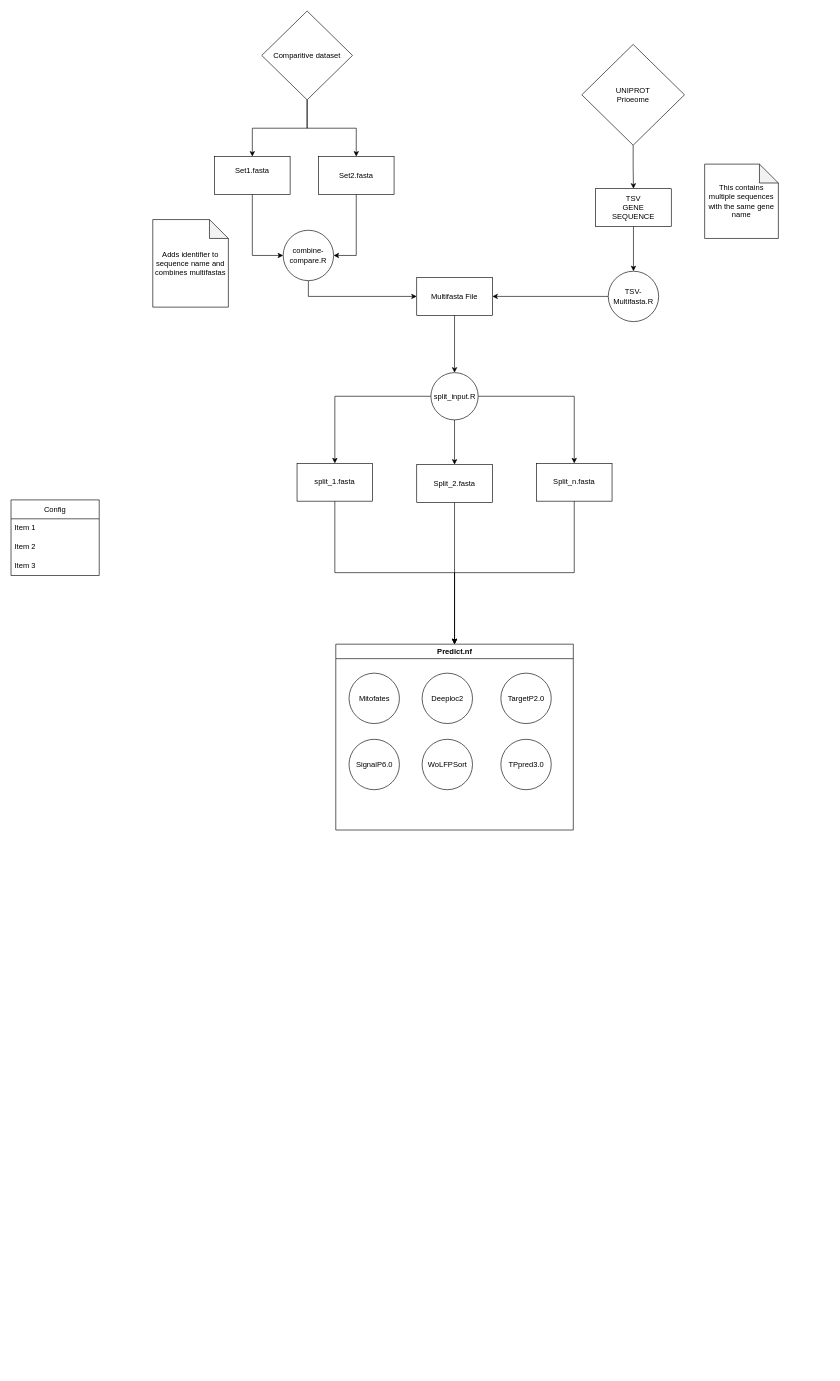
The draw.io diagram Worfklow_Diagram.drawio in k-meiklejohn/changeloc, before the edit. Source tidied: cells renumbered, new cells numbered last; positions are measured from the earlier drawing's top-left corner, leaving out a move shared by most shapes. Both pictures are drawn from the tidied source at 63%, with x=0, y=0 at pixel (11, 11).
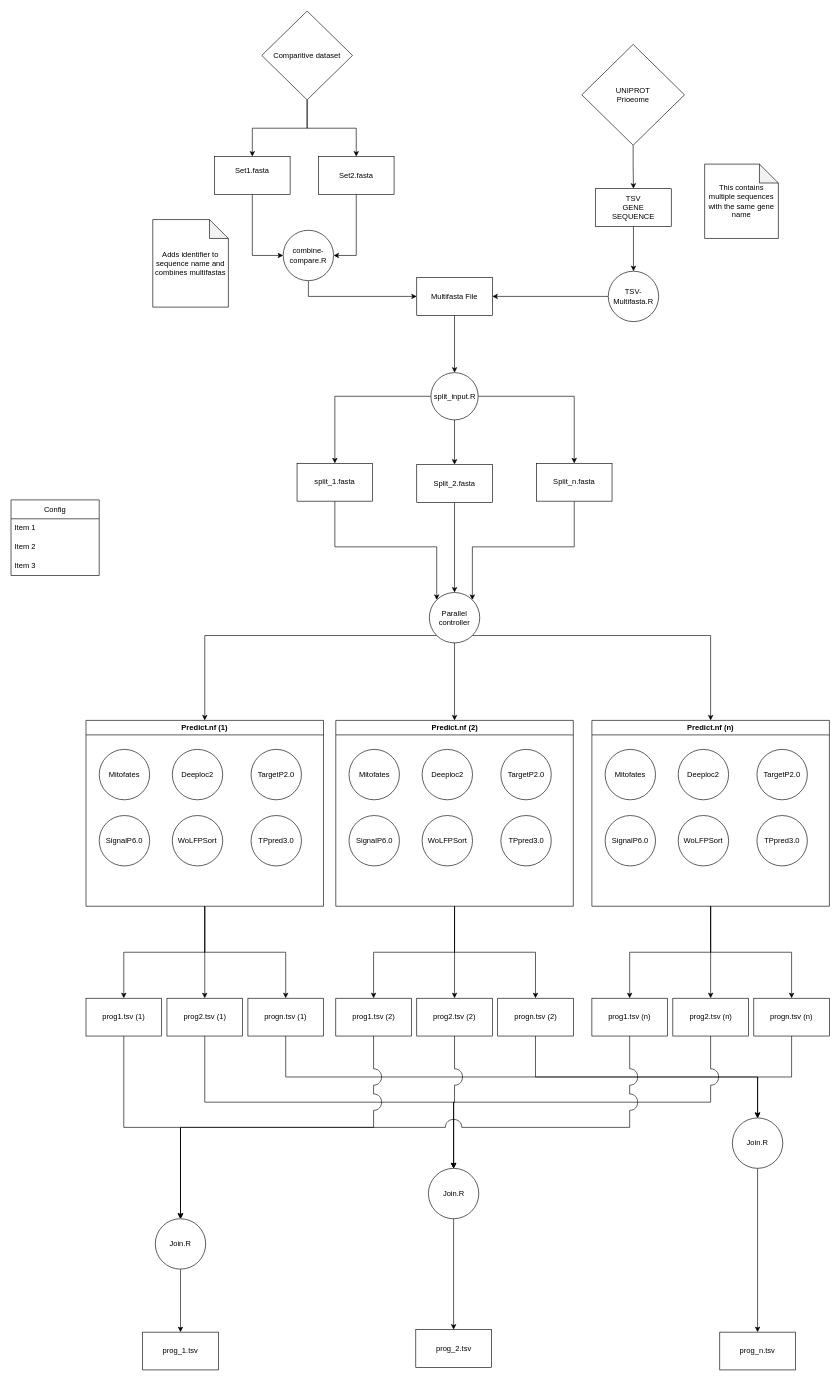
The same page after the edit.

Unchanged cells that the change refers to:
```xml
<mxCell id="33" value="split_1.fasta" style="rounded=0;whiteSpace=wrap;html=1;" parent="1" vertex="1">
  <mxGeometry x="454" y="718" width="120" height="60" as="geometry" />
</mxCell>
<mxCell id="35" value="Split_2.fasta" style="rounded=0;whiteSpace=wrap;html=1;" parent="1" vertex="1">
  <mxGeometry x="644" y="720" width="120" height="60" as="geometry" />
</mxCell>
<mxCell id="37" value="Split_n.fasta" style="rounded=0;whiteSpace=wrap;html=1;" parent="1" vertex="1">
  <mxGeometry x="834" y="718" width="120" height="60" as="geometry" />
</mxCell>
```

Diff of the diagram source:
```diff
@@
+    <mxCell id="42" style="edgeStyle=orthogonalEdgeStyle;rounded=0;jettySize=auto;html=1;exitX=0.5;exitY=1;exitDx=0;exitDy=0;entryX=0.5;entryY=0;entryDx=0;entryDy=0;" parent="1" edge="1" source="25" target="73">
+      <mxGeometry relative="1" as="geometry" />
+    </mxCell>
+    <mxCell id="43" style="edgeStyle=orthogonalEdgeStyle;rounded=0;jettySize=auto;html=1;exitX=0.5;exitY=1;exitDx=0;exitDy=0;entryX=0.5;entryY=0;entryDx=0;entryDy=0;" parent="1" edge="1" source="25" target="75">
+      <mxGeometry relative="1" as="geometry" />
+    </mxCell>
+    <mxCell id="44" style="edgeStyle=orthogonalEdgeStyle;rounded=0;jettySize=auto;html=1;exitX=0.5;exitY=1;exitDx=0;exitDy=0;entryX=0.5;entryY=0;entryDx=0;entryDy=0;" parent="1" edge="1" source="25" target="77">
+      <mxGeometry relative="1" as="geometry" />
+    </mxCell>
-    <mxCell id="25" value="Predict.nf" style="swimlane;whiteSpace=wrap;html=1;" parent="1" vertex="1">
-      <mxGeometry x="515.5" y="1005" width="377" height="295" as="geometry" />
+    <mxCell id="25" value="Predict.nf (1)" style="swimlane;whiteSpace=wrap;html=1;" parent="1" vertex="1">
+      <mxGeometry x="119" y="1126" width="377" height="295" as="geometry" />
     </mxCell>
@@
-    <mxCell id="32" style="edgeStyle=orthogonalEdgeStyle;rounded=0;jettySize=auto;html=1;" parent="1" edge="1" source="33" target="25">
-      <mxGeometry relative="1" as="geometry" />
-    </mxCell>
+    <mxCell id="45" style="edgeStyle=orthogonalEdgeStyle;rounded=0;jettySize=auto;html=1;exitX=0.5;exitY=1;exitDx=0;exitDy=0;entryX=0;entryY=0;entryDx=0;entryDy=0;" parent="1" edge="1" source="33" target="61">
+      <mxGeometry relative="1" as="geometry" />
+    </mxCell>
@@
-    <mxCell id="34" style="edgeStyle=orthogonalEdgeStyle;rounded=0;jettySize=auto;html=1;" parent="1" edge="1" source="35" target="25">
-      <mxGeometry relative="1" as="geometry" />
-    </mxCell>
+    <mxCell id="46" style="edgeStyle=orthogonalEdgeStyle;rounded=0;jettySize=auto;html=1;exitX=0.5;exitY=1;exitDx=0;exitDy=0;entryX=0.5;entryY=0;entryDx=0;entryDy=0;" parent="1" edge="1" source="35" target="61">
+      <mxGeometry relative="1" as="geometry" />
+    </mxCell>
@@
-    <mxCell id="36" style="edgeStyle=orthogonalEdgeStyle;rounded=0;jettySize=auto;html=1;" parent="1" edge="1" source="37" target="25">
-      <mxGeometry relative="1" as="geometry" />
-    </mxCell>
+    <mxCell id="47" style="edgeStyle=orthogonalEdgeStyle;rounded=0;jettySize=auto;html=1;exitX=0.5;exitY=1;exitDx=0;exitDy=0;entryX=1;entryY=0;entryDx=0;entryDy=0;" parent="1" edge="1" source="37" target="61">
+      <mxGeometry relative="1" as="geometry" />
+    </mxCell>
@@
+    <mxCell id="48" style="edgeStyle=orthogonalEdgeStyle;rounded=0;jettySize=auto;html=1;exitX=0.5;exitY=1;exitDx=0;exitDy=0;entryX=0.5;entryY=0;entryDx=0;entryDy=0;" parent="1" edge="1" source="51" target="89">
+      <mxGeometry relative="1" as="geometry" />
+    </mxCell>
+    <mxCell id="49" style="edgeStyle=orthogonalEdgeStyle;rounded=0;jettySize=auto;html=1;exitX=0.5;exitY=1;exitDx=0;exitDy=0;entryX=0.5;entryY=0;entryDx=0;entryDy=0;" parent="1" edge="1" source="51" target="87">
+      <mxGeometry relative="1" as="geometry" />
+    </mxCell>
+    <mxCell id="50" style="edgeStyle=orthogonalEdgeStyle;rounded=0;jettySize=auto;html=1;exitX=0.5;exitY=1;exitDx=0;exitDy=0;entryX=0.5;entryY=0;entryDx=0;entryDy=0;" parent="1" edge="1" source="51" target="85">
+      <mxGeometry relative="1" as="geometry" />
+    </mxCell>
+    <mxCell id="51" value="Predict.nf (n)" style="swimlane;whiteSpace=wrap;html=1;" parent="1" vertex="1">
+      <mxGeometry x="922" y="1126" width="377" height="295" as="geometry" />
+    </mxCell>
+    <mxCell id="52" value="Mitofates" style="ellipse;whiteSpace=wrap;html=1;" parent="51" vertex="1">
+      <mxGeometry x="21" y="46" width="80" height="80" as="geometry" />
+    </mxCell>
+    <mxCell id="53" value="Deeploc2" style="ellipse;whiteSpace=wrap;html=1;" parent="51" vertex="1">
+      <mxGeometry x="137" y="46" width="80" height="80" as="geometry" />
+    </mxCell>
+    <mxCell id="54" value="TargetP2.0" style="ellipse;whiteSpace=wrap;html=1;" parent="51" vertex="1">
+      <mxGeometry x="262" y="46" width="80" height="80" as="geometry" />
+    </mxCell>
+    <mxCell id="55" value="TPpred3.0" style="ellipse;whiteSpace=wrap;html=1;" parent="51" vertex="1">
+      <mxGeometry x="262" y="151" width="80" height="80" as="geometry" />
+    </mxCell>
+    <mxCell id="56" value="SignalP6.0" style="ellipse;whiteSpace=wrap;html=1;" parent="51" vertex="1">
+      <mxGeometry x="21" y="151" width="80" height="80" as="geometry" />
+    </mxCell>
+    <mxCell id="57" value="WoLFPSort" style="ellipse;whiteSpace=wrap;html=1;" parent="51" vertex="1">
+      <mxGeometry x="137" y="151" width="80" height="80" as="geometry" />
+    </mxCell>
+    <mxCell id="58" style="edgeStyle=orthogonalEdgeStyle;rounded=0;jettySize=auto;html=1;exitX=0;exitY=1;exitDx=0;exitDy=0;entryX=0.5;entryY=0;entryDx=0;entryDy=0;" parent="1" edge="1" source="61" target="25">
+      <mxGeometry relative="1" as="geometry" />
+    </mxCell>
+    <mxCell id="59" style="edgeStyle=orthogonalEdgeStyle;rounded=0;jettySize=auto;html=1;exitX=1;exitY=1;exitDx=0;exitDy=0;entryX=0.5;entryY=0;entryDx=0;entryDy=0;" parent="1" edge="1" source="61" target="51">
+      <mxGeometry relative="1" as="geometry" />
+    </mxCell>
+    <mxCell id="60" style="edgeStyle=orthogonalEdgeStyle;rounded=0;jettySize=auto;html=1;exitX=0.5;exitY=1;exitDx=0;exitDy=0;entryX=0.5;entryY=0;entryDx=0;entryDy=0;" parent="1" edge="1" source="61" target="65">
+      <mxGeometry relative="1" as="geometry" />
+    </mxCell>
+    <mxCell id="61" value="&lt;div&gt;Parallel&lt;/div&gt;&lt;div&gt;controller&lt;br&gt;&lt;/div&gt;" style="ellipse;whiteSpace=wrap;html=1;" parent="1" vertex="1">
+      <mxGeometry x="664" y="923" width="80" height="80" as="geometry" />
+    </mxCell>
+    <mxCell id="62" style="edgeStyle=orthogonalEdgeStyle;rounded=0;jettySize=auto;html=1;exitX=0.5;exitY=1;exitDx=0;exitDy=0;entryX=0.5;entryY=0;entryDx=0;entryDy=0;" parent="1" edge="1" source="65" target="79">
+      <mxGeometry relative="1" as="geometry" />
+    </mxCell>
+    <mxCell id="63" style="edgeStyle=orthogonalEdgeStyle;rounded=0;jettySize=auto;html=1;exitX=0.5;exitY=1;exitDx=0;exitDy=0;entryX=0.5;entryY=0;entryDx=0;entryDy=0;" parent="1" edge="1" source="65" target="81">
+      <mxGeometry relative="1" as="geometry" />
+    </mxCell>
+    <mxCell id="64" style="edgeStyle=orthogonalEdgeStyle;rounded=0;jettySize=auto;html=1;exitX=0.5;exitY=1;exitDx=0;exitDy=0;entryX=0.5;entryY=0;entryDx=0;entryDy=0;" parent="1" edge="1" source="65" target="83">
+      <mxGeometry relative="1" as="geometry" />
+    </mxCell>
+    <mxCell id="65" value="Predict.nf (2)" style="swimlane;whiteSpace=wrap;html=1;" parent="1" vertex="1">
+      <mxGeometry x="515.5" y="1126" width="377" height="295" as="geometry" />
+    </mxCell>
+    <mxCell id="66" value="Mitofates" style="ellipse;whiteSpace=wrap;html=1;" parent="65" vertex="1">
+      <mxGeometry x="21" y="46" width="80" height="80" as="geometry" />
+    </mxCell>
+    <mxCell id="67" value="Deeploc2" style="ellipse;whiteSpace=wrap;html=1;" parent="65" vertex="1">
+      <mxGeometry x="137" y="46" width="80" height="80" as="geometry" />
+    </mxCell>
+    <mxCell id="68" value="TargetP2.0" style="ellipse;whiteSpace=wrap;html=1;" parent="65" vertex="1">
+      <mxGeometry x="262" y="46" width="80" height="80" as="geometry" />
+    </mxCell>
+    <mxCell id="69" value="TPpred3.0" style="ellipse;whiteSpace=wrap;html=1;" parent="65" vertex="1">
+      <mxGeometry x="262" y="151" width="80" height="80" as="geometry" />
+    </mxCell>
+    <mxCell id="70" value="SignalP6.0" style="ellipse;whiteSpace=wrap;html=1;" parent="65" vertex="1">
+      <mxGeometry x="21" y="151" width="80" height="80" as="geometry" />
+    </mxCell>
+    <mxCell id="71" value="WoLFPSort" style="ellipse;whiteSpace=wrap;html=1;" parent="65" vertex="1">
+      <mxGeometry x="137" y="151" width="80" height="80" as="geometry" />
+    </mxCell>
+    <mxCell id="72" style="edgeStyle=orthogonalEdgeStyle;rounded=0;jettySize=auto;html=1;exitX=0.5;exitY=1;exitDx=0;exitDy=0;entryX=0.5;entryY=0;entryDx=0;entryDy=0;jumpStyle=arc;jumpSize=26;" parent="1" edge="1" source="73" target="91">
+      <mxGeometry relative="1" as="geometry" />
+    </mxCell>
+    <mxCell id="73" value="prog1.tsv (1)" style="rounded=0;whiteSpace=wrap;html=1;" parent="1" vertex="1">
+      <mxGeometry x="119" y="1567" width="120" height="60" as="geometry" />
+    </mxCell>
+    <mxCell id="74" style="edgeStyle=orthogonalEdgeStyle;rounded=0;jettySize=auto;html=1;exitX=0.5;exitY=1;exitDx=0;exitDy=0;entryX=0.5;entryY=0;entryDx=0;entryDy=0;jumpStyle=arc;jumpSize=26;" parent="1" edge="1" source="75" target="93">
+      <mxGeometry relative="1" as="geometry" />
+    </mxCell>
+    <mxCell id="75" value="prog2.tsv (1)" style="rounded=0;whiteSpace=wrap;html=1;" parent="1" vertex="1">
+      <mxGeometry x="247.5" y="1567" width="120" height="60" as="geometry" />
+    </mxCell>
+    <mxCell id="76" style="edgeStyle=orthogonalEdgeStyle;rounded=0;jettySize=auto;html=1;exitX=0.5;exitY=1;exitDx=0;exitDy=0;entryX=0.5;entryY=0;entryDx=0;entryDy=0;jumpStyle=arc;jumpSize=26;" parent="1" edge="1" source="77" target="95">
+      <mxGeometry relative="1" as="geometry" />
+    </mxCell>
+    <mxCell id="77" value="progn.tsv (1)" style="rounded=0;whiteSpace=wrap;html=1;" parent="1" vertex="1">
+      <mxGeometry x="376" y="1567" width="120" height="60" as="geometry" />
+    </mxCell>
+    <mxCell id="78" style="edgeStyle=orthogonalEdgeStyle;rounded=0;jettySize=auto;html=1;exitX=0.5;exitY=1;exitDx=0;exitDy=0;entryX=0.5;entryY=0;entryDx=0;entryDy=0;jumpStyle=arc;jumpSize=26;" parent="1" edge="1" source="79" target="91">
+      <mxGeometry relative="1" as="geometry" />
+    </mxCell>
+    <mxCell id="79" value="prog1.tsv (2)" style="rounded=0;whiteSpace=wrap;html=1;" parent="1" vertex="1">
+      <mxGeometry x="515.5" y="1567" width="120" height="60" as="geometry" />
+    </mxCell>
+    <mxCell id="80" style="edgeStyle=orthogonalEdgeStyle;rounded=0;jettySize=auto;html=1;exitX=0.5;exitY=1;exitDx=0;exitDy=0;entryX=0.5;entryY=0;entryDx=0;entryDy=0;jumpStyle=arc;jumpSize=26;" parent="1" edge="1" source="81" target="93">
+      <mxGeometry relative="1" as="geometry" />
+    </mxCell>
+    <mxCell id="81" value="prog2.tsv (2)" style="rounded=0;whiteSpace=wrap;html=1;" parent="1" vertex="1">
+      <mxGeometry x="644" y="1567" width="120" height="60" as="geometry" />
+    </mxCell>
+    <mxCell id="82" style="edgeStyle=orthogonalEdgeStyle;rounded=0;jettySize=auto;html=1;exitX=0.5;exitY=1;exitDx=0;exitDy=0;entryX=0.5;entryY=0;entryDx=0;entryDy=0;jumpStyle=arc;jumpSize=26;" parent="1" edge="1" source="83" target="95">
+      <mxGeometry relative="1" as="geometry" />
+    </mxCell>
+    <mxCell id="83" value="progn.tsv (2)" style="rounded=0;whiteSpace=wrap;html=1;" parent="1" vertex="1">
+      <mxGeometry x="772.5" y="1567" width="120" height="60" as="geometry" />
+    </mxCell>
+    <mxCell id="84" style="edgeStyle=orthogonalEdgeStyle;rounded=0;jettySize=auto;html=1;exitX=0.5;exitY=1;exitDx=0;exitDy=0;entryX=0.5;entryY=0;entryDx=0;entryDy=0;jumpStyle=arc;jumpSize=26;" parent="1" edge="1" source="85" target="95">
+      <mxGeometry relative="1" as="geometry" />
+    </mxCell>
+    <mxCell id="85" value="progn.tsv (n)" style="rounded=0;whiteSpace=wrap;html=1;" parent="1" vertex="1">
+      <mxGeometry x="1179" y="1567" width="120" height="60" as="geometry" />
+    </mxCell>
+    <mxCell id="86" style="edgeStyle=orthogonalEdgeStyle;rounded=0;jettySize=auto;html=1;exitX=0.5;exitY=1;exitDx=0;exitDy=0;entryX=0.5;entryY=0;entryDx=0;entryDy=0;jumpStyle=arc;jumpSize=26;" parent="1" edge="1" source="87" target="93">
+      <mxGeometry relative="1" as="geometry" />
+    </mxCell>
+    <mxCell id="87" value="prog2.tsv (n)" style="rounded=0;whiteSpace=wrap;html=1;" parent="1" vertex="1">
+      <mxGeometry x="1050.5" y="1567" width="120" height="60" as="geometry" />
+    </mxCell>
+    <mxCell id="88" style="edgeStyle=orthogonalEdgeStyle;rounded=0;jettySize=auto;html=1;exitX=0.5;exitY=1;exitDx=0;exitDy=0;entryX=0.5;entryY=0;entryDx=0;entryDy=0;jumpStyle=arc;jumpSize=26;" parent="1" edge="1" source="89" target="91">
+      <mxGeometry relative="1" as="geometry" />
+    </mxCell>
+    <mxCell id="89" value="prog1.tsv (n)" style="rounded=0;whiteSpace=wrap;html=1;" parent="1" vertex="1">
+      <mxGeometry x="922" y="1567" width="120" height="60" as="geometry" />
+    </mxCell>
+    <mxCell id="90" style="edgeStyle=orthogonalEdgeStyle;rounded=0;jettySize=auto;html=1;entryX=0.5;entryY=0;entryDx=0;entryDy=0;" parent="1" edge="1" source="91" target="96">
+      <mxGeometry relative="1" as="geometry" />
+    </mxCell>
+    <mxCell id="91" value="Join.R" style="ellipse;whiteSpace=wrap;html=1;" parent="1" vertex="1">
+      <mxGeometry x="229" y="1917" width="80" height="80" as="geometry" />
+    </mxCell>
+    <mxCell id="92" style="edgeStyle=orthogonalEdgeStyle;rounded=0;jettySize=auto;html=1;exitX=0.5;exitY=1;exitDx=0;exitDy=0;entryX=0.5;entryY=0;entryDx=0;entryDy=0;" parent="1" edge="1" source="93" target="97">
+      <mxGeometry relative="1" as="geometry" />
+    </mxCell>
+    <mxCell id="93" value="Join.R" style="ellipse;whiteSpace=wrap;html=1;" parent="1" vertex="1">
+      <mxGeometry x="662.5" y="1837" width="80" height="80" as="geometry" />
+    </mxCell>
+    <mxCell id="94" style="edgeStyle=orthogonalEdgeStyle;rounded=0;jettySize=auto;html=1;exitX=0.5;exitY=1;exitDx=0;exitDy=0;entryX=0.5;entryY=0;entryDx=0;entryDy=0;" parent="1" edge="1" source="95" target="98">
+      <mxGeometry relative="1" as="geometry" />
+    </mxCell>
+    <mxCell id="95" value="Join.R" style="ellipse;whiteSpace=wrap;html=1;" parent="1" vertex="1">
+      <mxGeometry x="1145" y="1757" width="80" height="80" as="geometry" />
+    </mxCell>
+    <mxCell id="96" value="prog_1.tsv" style="rounded=0;whiteSpace=wrap;html=1;" parent="1" vertex="1">
+      <mxGeometry x="209" y="2097" width="120" height="60" as="geometry" />
+    </mxCell>
+    <mxCell id="97" value="prog_2.tsv" style="rounded=0;whiteSpace=wrap;html=1;" parent="1" vertex="1">
+      <mxGeometry x="642.5" y="2093" width="120" height="60" as="geometry" />
+    </mxCell>
+    <mxCell id="98" value="prog_n.tsv" style="rounded=0;whiteSpace=wrap;html=1;" parent="1" vertex="1">
+      <mxGeometry x="1125" y="2097" width="120" height="60" as="geometry" />
+    </mxCell>
```
